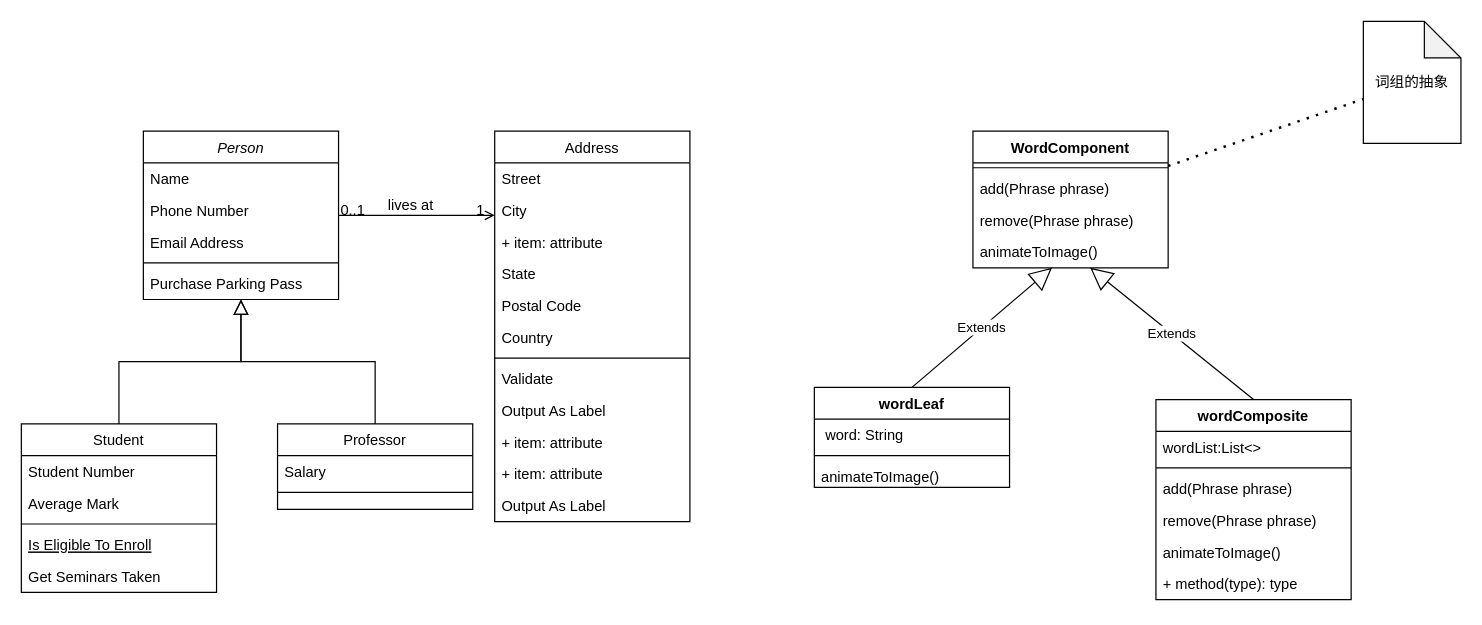
This is 未命名绘图.drawio from milletzhu/datasource, a draw.io file, before an edit. Source tidied: cells renumbered, new cells numbered last; positions are measured from the earlier drawing's top-left corner, leaving out a move shared by most shapes. Both pictures are drawn from the tidied source at 122%, with x=0, y=0 at pixel (21, 21).
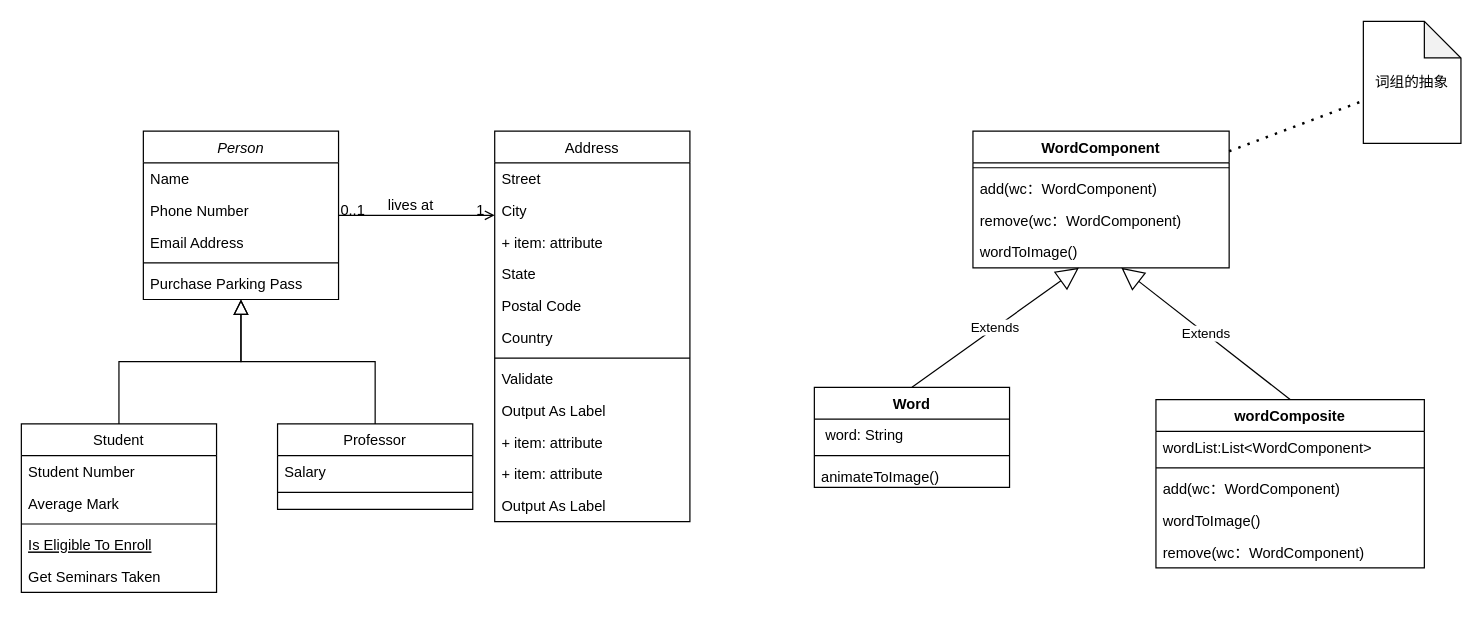
The same page after the edit.

Commit message:
AIGC词生图工具优化.drawio

Diff of the diagram source:
```diff
@@
     <mxCell id="36" value="WordComponent" style="swimlane;fontStyle=1;align=center;verticalAlign=top;horizontal=1;startSize=26;" parent="1" vertex="1">
-      <mxGeometry x="780" y="90" width="160" height="112" as="geometry" />
+      <mxGeometry x="780" y="90" width="210" height="112" as="geometry" />
     </mxCell>
     <mxCell id="37" style="line;strokeWidth=1;fillColor=none;align=left;verticalAlign=middle;spacingTop=-1;spacingLeft=3;spacingRight=3;labelPosition=right;strokeColor=inherit;" parent="36" vertex="1">
-      <mxGeometry y="26" width="160" height="8" as="geometry" />
+      <mxGeometry y="26" width="210" height="8" as="geometry" />
     </mxCell>
-    <mxCell id="38" value="add(Phrase phrase)" style="text;strokeColor=none;fillColor=none;align=left;verticalAlign=top;spacingLeft=4;spacingRight=4;overflow=hidden;" parent="36" vertex="1">
-      <mxGeometry y="34" width="160" height="26" as="geometry" />
+    <mxCell id="38" value="add(wc：WordComponent)" style="text;strokeColor=none;fillColor=none;align=left;verticalAlign=top;spacingLeft=4;spacingRight=4;overflow=hidden;" parent="36" vertex="1">
+      <mxGeometry y="34" width="210" height="26" as="geometry" />
     </mxCell>
-    <mxCell id="39" value="remove(Phrase phrase)" style="text;strokeColor=none;fillColor=none;align=left;verticalAlign=top;spacingLeft=4;spacingRight=4;overflow=hidden;" parent="36" vertex="1">
-      <mxGeometry y="60" width="160" height="26" as="geometry" />
+    <mxCell id="39" value="remove(wc：WordComponent)" style="text;strokeColor=none;fillColor=none;align=left;verticalAlign=top;spacingLeft=4;spacingRight=4;overflow=hidden;" parent="36" vertex="1">
+      <mxGeometry y="60" width="210" height="26" as="geometry" />
     </mxCell>
-    <mxCell id="40" value="animateToImage()" style="text;strokeColor=none;fillColor=none;align=left;verticalAlign=top;spacingLeft=4;spacingRight=4;overflow=hidden;points=[[0,0.5],[1,0.5]];portConstraint=eastwest;" parent="36" vertex="1">
-      <mxGeometry y="86" width="160" height="26" as="geometry" />
+    <mxCell id="40" value="wordToImage()" style="text;strokeColor=none;fillColor=none;align=left;verticalAlign=top;spacingLeft=4;spacingRight=4;overflow=hidden;points=[[0,0.5],[1,0.5]];portConstraint=eastwest;" parent="36" vertex="1">
+      <mxGeometry y="86" width="210" height="26" as="geometry" />
     </mxCell>
@@
-    <mxCell id="43" value="wordLeaf" style="swimlane;fontStyle=1;align=center;verticalAlign=top;horizontal=1;startSize=26;" parent="1" vertex="1">
+    <mxCell id="43" value="Word" style="swimlane;fontStyle=1;align=center;verticalAlign=top;horizontal=1;startSize=26;" parent="1" vertex="1">
       <mxGeometry x="650" y="300" width="160" height="82" as="geometry" />
     </mxCell>
@@
     <mxCell id="48" value="wordComposite" style="swimlane;fontStyle=1;align=center;verticalAlign=top;horizontal=1;startSize=26;" parent="1" vertex="1">
-      <mxGeometry x="930" y="310" width="160" height="164" as="geometry" />
+      <mxGeometry x="930" y="310" width="220" height="138" as="geometry" />
     </mxCell>
-    <mxCell id="49" value="wordList:List&lt;&gt;" style="text;strokeColor=none;fillColor=none;align=left;verticalAlign=top;spacingLeft=4;spacingRight=4;overflow=hidden;" parent="48" vertex="1">
-      <mxGeometry y="26" width="160" height="26" as="geometry" />
+    <mxCell id="49" value="wordList:List&lt;WordComponent&gt;" style="text;strokeColor=none;fillColor=none;align=left;verticalAlign=top;spacingLeft=4;spacingRight=4;overflow=hidden;" parent="48" vertex="1">
+      <mxGeometry y="26" width="220" height="26" as="geometry" />
     </mxCell>
     <mxCell id="50" style="line;strokeWidth=1;fillColor=none;align=left;verticalAlign=middle;spacingTop=-1;spacingLeft=3;spacingRight=3;labelPosition=right;strokeColor=inherit;" parent="48" vertex="1">
-      <mxGeometry y="52" width="160" height="8" as="geometry" />
+      <mxGeometry y="52" width="220" height="8" as="geometry" />
     </mxCell>
-    <mxCell id="51" value="add(Phrase phrase)" style="text;strokeColor=none;fillColor=none;align=left;verticalAlign=top;spacingLeft=4;spacingRight=4;overflow=hidden;" parent="48" vertex="1">
-      <mxGeometry y="60" width="160" height="26" as="geometry" />
-    </mxCell>
-    <mxCell id="52" value="remove(Phrase phrase)" style="text;strokeColor=none;fillColor=none;align=left;verticalAlign=top;spacingLeft=4;spacingRight=4;overflow=hidden;" parent="48" vertex="1">
-      <mxGeometry y="86" width="160" height="26" as="geometry" />
-    </mxCell>
-    <mxCell id="53" value="animateToImage()" style="text;strokeColor=none;fillColor=none;align=left;verticalAlign=top;spacingLeft=4;spacingRight=4;overflow=hidden;" parent="48" vertex="1">
-      <mxGeometry y="112" width="160" height="26" as="geometry" />
-    </mxCell>
-    <mxCell id="54" value="+ method(type): type" style="text;strokeColor=none;fillColor=none;align=left;verticalAlign=top;spacingLeft=4;spacingRight=4;overflow=hidden;" parent="48" vertex="1">
-      <mxGeometry y="138" width="160" height="26" as="geometry" />
-    </mxCell>
+    <mxCell id="56" value="add(wc：WordComponent)" style="text;strokeColor=none;fillColor=none;align=left;verticalAlign=top;spacingLeft=4;spacingRight=4;overflow=hidden;" parent="48" vertex="1">
+      <mxGeometry y="60" width="220" height="26" as="geometry" />
+    </mxCell>
+    <mxCell id="57" value="wordToImage()" style="text;strokeColor=none;fillColor=none;align=left;verticalAlign=top;spacingLeft=4;spacingRight=4;overflow=hidden;" parent="48" vertex="1">
+      <mxGeometry y="86" width="220" height="26" as="geometry" />
+    </mxCell>
+    <mxCell id="58" value="remove(wc：WordComponent)" style="text;strokeColor=none;fillColor=none;align=left;verticalAlign=top;spacingLeft=4;spacingRight=4;overflow=hidden;" parent="48" vertex="1">
+      <mxGeometry y="112" width="220" height="26" as="geometry" />
+    </mxCell>
```
